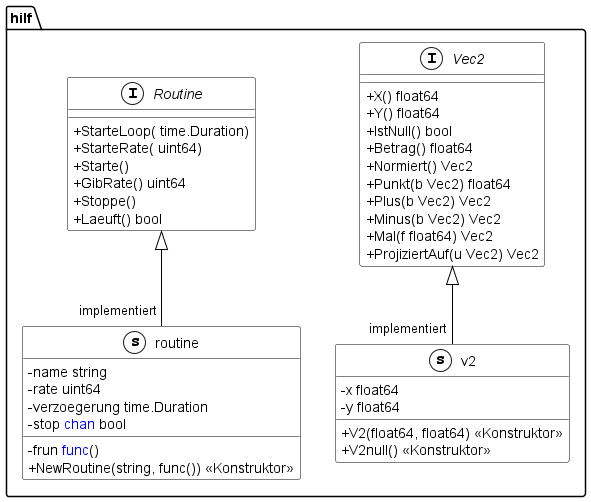
Above: documentation/UML/hilf.png in Fussbroich/lwb-SWP (PlantUML), before the change.
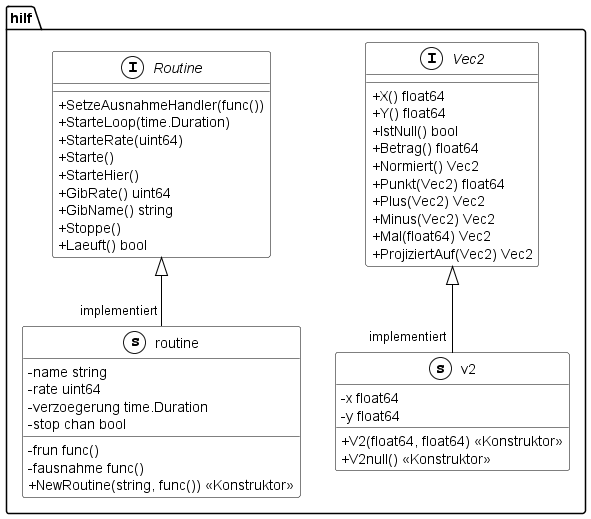
The same file after the commit.

Commit message:
added exception handling docu uml

Diff of the diagram source:
```diff
@@ -12,17 +12,20 @@
         + IstNull() bool
         + Betrag() float64
         + Normiert() Vec2
-        + Punkt(b Vec2) float64
-        + Plus(b Vec2) Vec2
-        + Minus(b Vec2) Vec2
-        + Mal(f float64) Vec2
-        + ProjiziertAuf(u Vec2) Vec2
+        + Punkt(Vec2) float64
+        + Plus(Vec2) Vec2
+        + Minus(Vec2) Vec2
+        + Mal(float64) Vec2
+        + ProjiziertAuf(Vec2) Vec2
     }
     interface Routine << (I,White) >> {
-        + StarteLoop( time.Duration)
-        + StarteRate( uint64)
+        + SetzeAusnahmeHandler(func())
+        + StarteLoop(time.Duration)
+        + StarteRate(uint64)
         + Starte()
+        + StarteHier()
         + GibRate() uint64
+        + GibName() string
         + Stoppe()
         + Laeuft() bool
 
@@ -36,10 +39,11 @@
     }
     class routine << (s,White) >> {
         - name string
-        - frun <font color=blue>func</font>()
+        - frun func()
+        - fausnahme func()
         - rate uint64
         - verzoegerung time.Duration
-        - stop <font color=blue>chan</font> bool
+        - stop chan bool
 
         + NewRoutine(string, func()) << Konstruktor >>
     }
```
